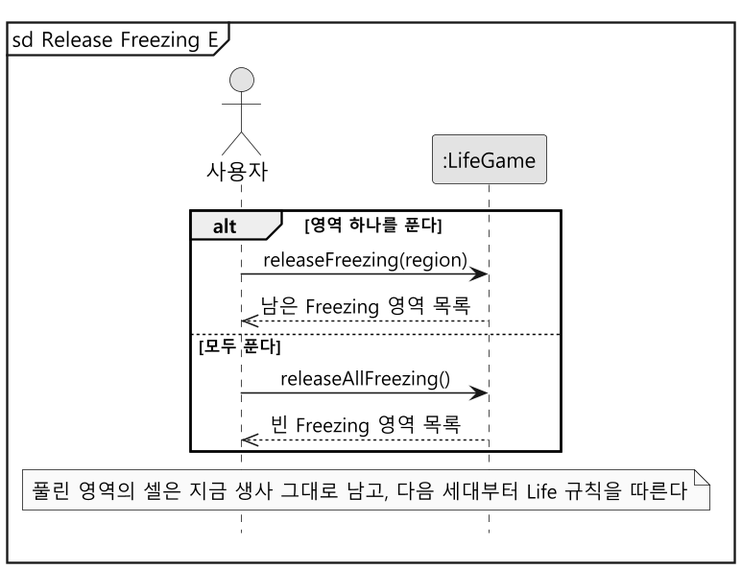
This is docs/freezing/diagram/ssd-release.png from mckimR1972/DP_team_project, a PlantUML export, as it was before one commit.
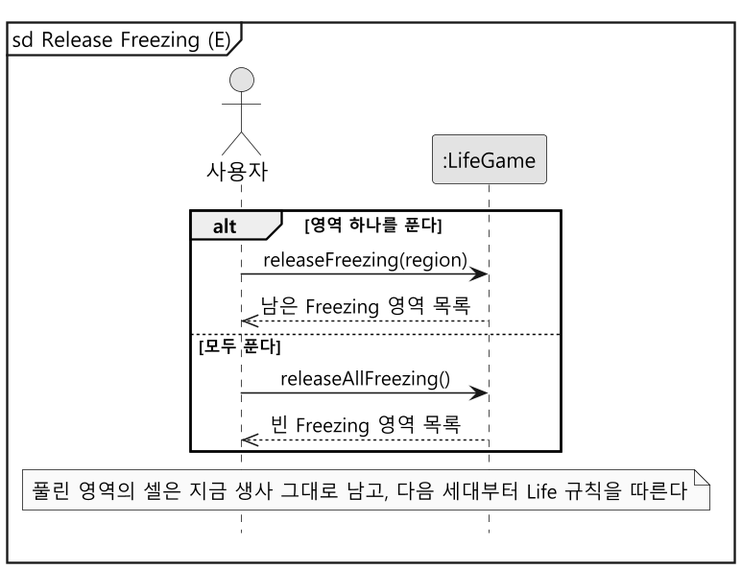
Above is the later version.

The edit, as a diff of the source:
```diff
@@ -5,7 +5,7 @@
 skinparam defaultFontName "Malgun Gothic"
 skinparam sequenceMessageAlign center
 hide footbox
-mainframe sd Release Freezing E
+mainframe sd Release Freezing (E)
 
 actor "사용자" as User
 participant ":LifeGame" as System
```
